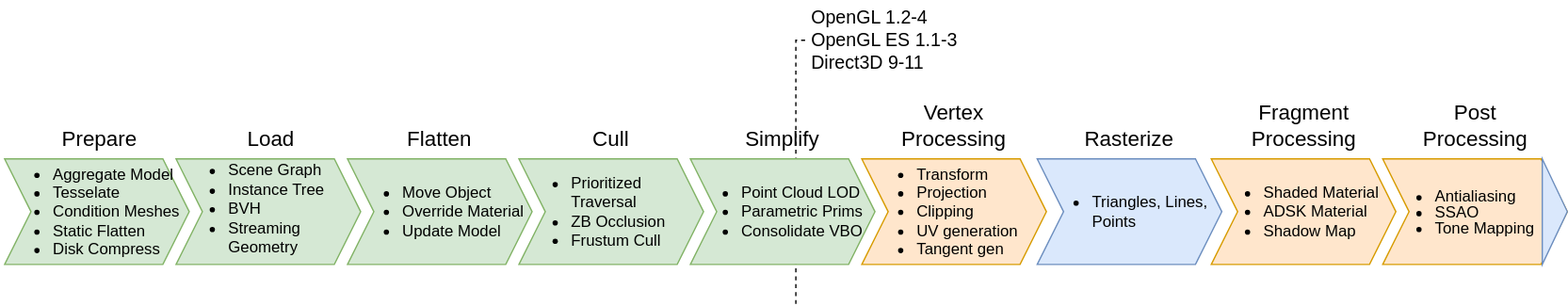
Earlier version of the draw.io export assets/images/navisworks-graphics-pipeline.svg (TheCandidStartup/TheCandidStartup.github.io). Source tidied: cells renumbered, new cells last; positions are measured from the earlier drawing's top-left corner, leaving out a move shared by most shapes.
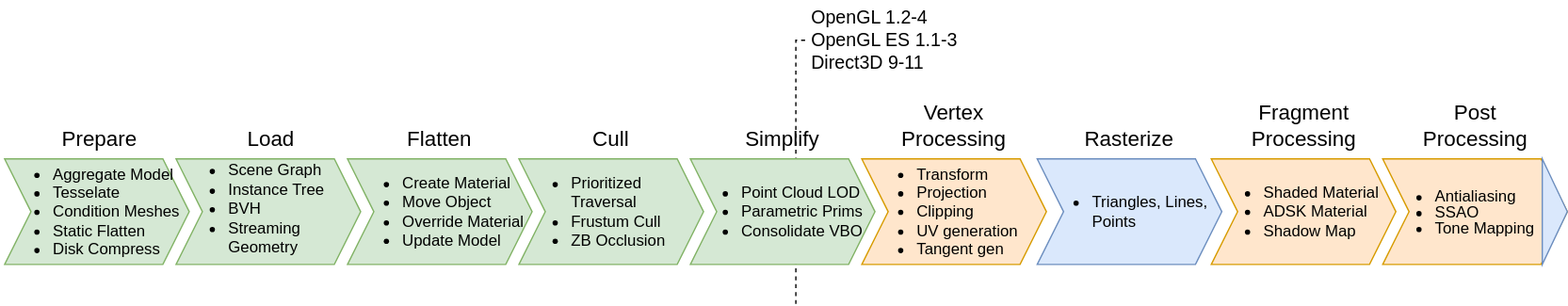
The same file after the commit.

The edit, as a diff of the source:
```diff
@@ -8,10 +8,10 @@
     <mxCell id="3" value="&lt;ul&gt;&lt;li&gt;&lt;font style=&quot;font-size: 12px;&quot;&gt;Scene Graph&lt;/font&gt;&lt;/li&gt;&lt;li&gt;&lt;font style=&quot;font-size: 12px;&quot;&gt;Instance Tree&lt;/font&gt;&lt;/li&gt;&lt;li&gt;&lt;font style=&quot;font-size: 12px;&quot;&gt;BVH&lt;/font&gt;&lt;/li&gt;&lt;li&gt;&lt;font style=&quot;font-size: 12px;&quot;&gt;Streaming Geometry&lt;/font&gt;&lt;/li&gt;&lt;/ul&gt;&lt;div&gt;&lt;br&gt;&lt;/div&gt;" style="shape=step;perimeter=stepPerimeter;whiteSpace=wrap;html=1;fixedSize=1;fillColor=#d5e8d4;strokeColor=#82b366;align=left;spacing=0;spacingTop=10;" parent="1" vertex="1">
       <mxGeometry x="130" y="120" width="140" height="80" as="geometry" />
     </mxCell>
-    <mxCell id="4" value="&lt;ul&gt;&lt;li&gt;&lt;font style=&quot;font-size: 12px;&quot;&gt;Move Object&lt;/font&gt;&lt;/li&gt;&lt;li&gt;&lt;font style=&quot;font-size: 12px;&quot;&gt;Override Material&lt;/font&gt;&lt;/li&gt;&lt;li&gt;&lt;font style=&quot;font-size: 12px;&quot;&gt;Update Model&lt;/font&gt;&lt;/li&gt;&lt;/ul&gt;" style="shape=step;perimeter=stepPerimeter;whiteSpace=wrap;html=1;fixedSize=1;fillColor=#d5e8d4;strokeColor=#82b366;align=left;" parent="1" vertex="1">
+    <mxCell id="4" value="&lt;ul&gt;&lt;li&gt;&lt;font style=&quot;font-size: 12px;&quot;&gt;Create Material&lt;/font&gt;&lt;/li&gt;&lt;li&gt;&lt;font style=&quot;font-size: 12px;&quot;&gt;Move Object&lt;/font&gt;&lt;/li&gt;&lt;li&gt;&lt;font style=&quot;font-size: 12px;&quot;&gt;Override Material&lt;/font&gt;&lt;/li&gt;&lt;li&gt;&lt;font style=&quot;font-size: 12px;&quot;&gt;Update Model&lt;/font&gt;&lt;/li&gt;&lt;/ul&gt;" style="shape=step;perimeter=stepPerimeter;whiteSpace=wrap;html=1;fixedSize=1;fillColor=#d5e8d4;strokeColor=#82b366;align=left;" parent="1" vertex="1">
       <mxGeometry x="260" y="120" width="140" height="80" as="geometry" />
     </mxCell>
-    <mxCell id="5" value="&lt;ul&gt;&lt;li&gt;&lt;font style=&quot;font-size: 12px;&quot;&gt;Prioritized Traversal&lt;/font&gt;&lt;/li&gt;&lt;li&gt;&lt;font style=&quot;font-size: 12px;&quot;&gt;ZB Occlusion&lt;/font&gt;&lt;/li&gt;&lt;li&gt;&lt;font style=&quot;font-size: 12px;&quot;&gt;Frustum Cull&lt;/font&gt;&lt;/li&gt;&lt;/ul&gt;" style="shape=step;perimeter=stepPerimeter;whiteSpace=wrap;html=1;fixedSize=1;fillColor=#d5e8d4;strokeColor=#82b366;align=left;spacing=0;" parent="1" vertex="1">
+    <mxCell id="5" value="&lt;ul&gt;&lt;li&gt;&lt;font style=&quot;font-size: 12px;&quot;&gt;Prioritized Traversal&lt;/font&gt;&lt;/li&gt;&lt;li&gt;&lt;span style=&quot;background-color: initial;&quot;&gt;Frustum Cull&lt;/span&gt;&lt;br&gt;&lt;/li&gt;&lt;li&gt;&lt;span style=&quot;background-color: initial;&quot;&gt;ZB Occlusion&lt;/span&gt;&lt;/li&gt;&lt;/ul&gt;" style="shape=step;perimeter=stepPerimeter;whiteSpace=wrap;html=1;fixedSize=1;fillColor=#d5e8d4;strokeColor=#82b366;align=left;spacing=0;" parent="1" vertex="1">
       <mxGeometry x="390" y="120" width="140" height="80" as="geometry" />
     </mxCell>
     <mxCell id="6" value="&lt;ul&gt;&lt;li&gt;Triangles, Lines, Points&lt;/li&gt;&lt;/ul&gt;" style="shape=step;perimeter=stepPerimeter;whiteSpace=wrap;html=1;fixedSize=1;fillColor=#dae8fc;strokeColor=#6c8ebf;align=left;" parent="1" vertex="1">
```
